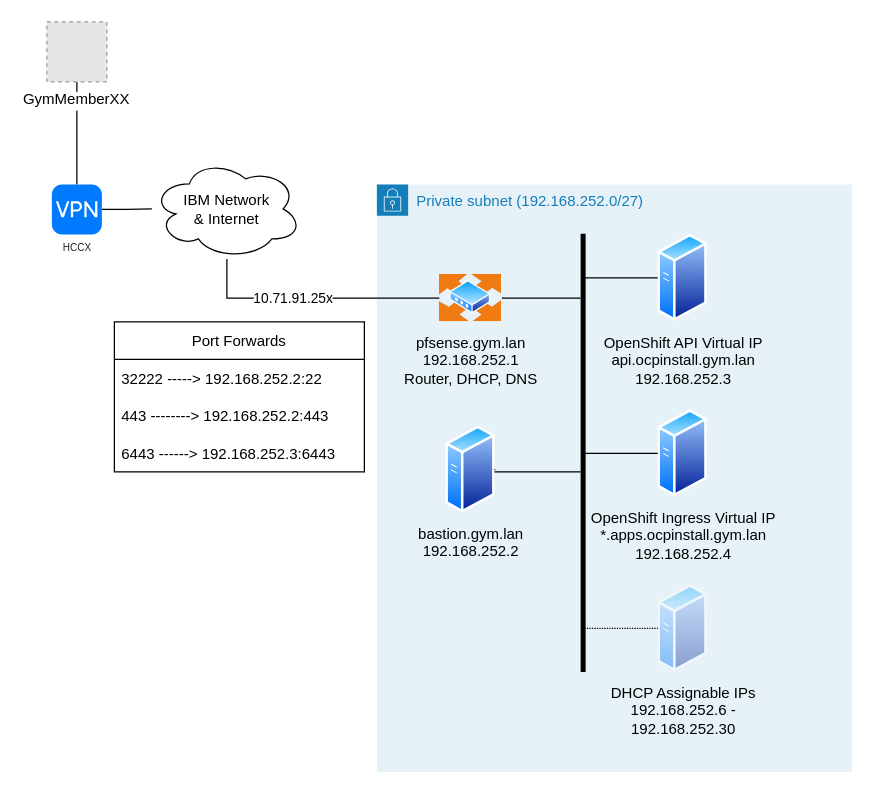
Above: GymDesign_v1.drawio in SippingTheKoolaid/DO180-apps (draw.io), before the change. Source tidied: cells renumbered, new cells numbered last; positions are measured from the earlier drawing's top-left corner, leaving out a move shared by most shapes. Both pictures are drawn from the tidied source at 125%, with x=0, y=0 at pixel (46, 21). Pictures stored in the file or linked from it are replaced by grey dashed boxes.
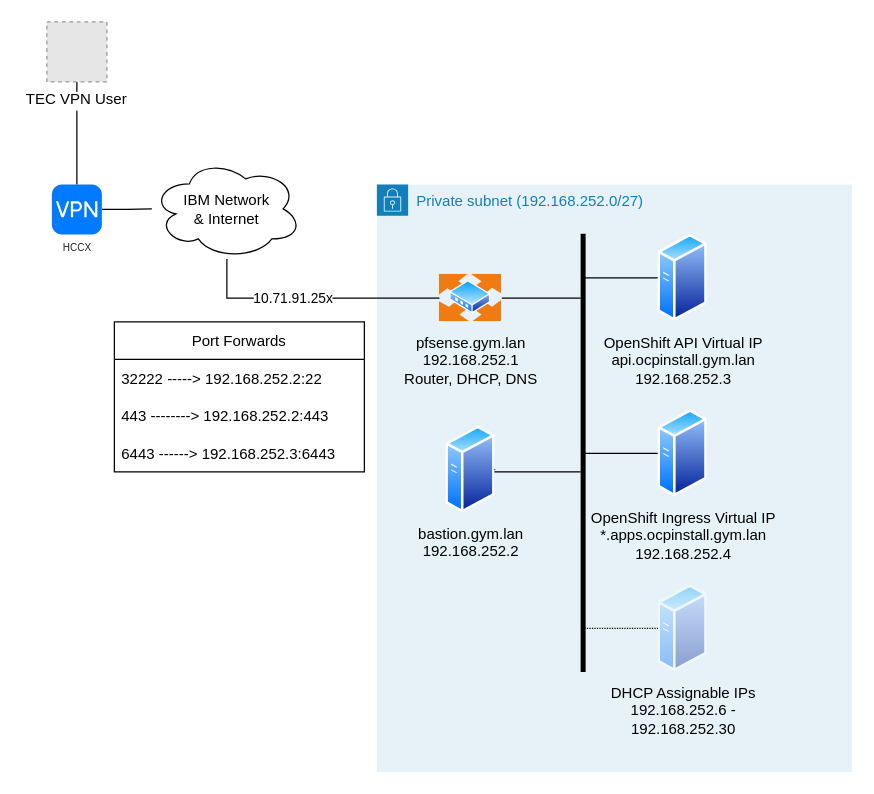
The same page after the edit.

What changed in the source:
```diff
@@
-    <mxCell id="3" value="GymMemberXX" style="fillColor=#E6E6E6;strokeColor=#999999;dashed=1;verticalLabelPosition=bottom;verticalAlign=top;labelBackgroundColor=#ffffff;" parent="1" vertex="1">
+    <mxCell id="3" value="TEC VPN User" style="fillColor=#E6E6E6;strokeColor=#999999;dashed=1;verticalLabelPosition=bottom;verticalAlign=top;labelBackgroundColor=#ffffff;" parent="1" vertex="1">
       <mxGeometry width="48" height="48" as="geometry" />
     </mxCell>
```
